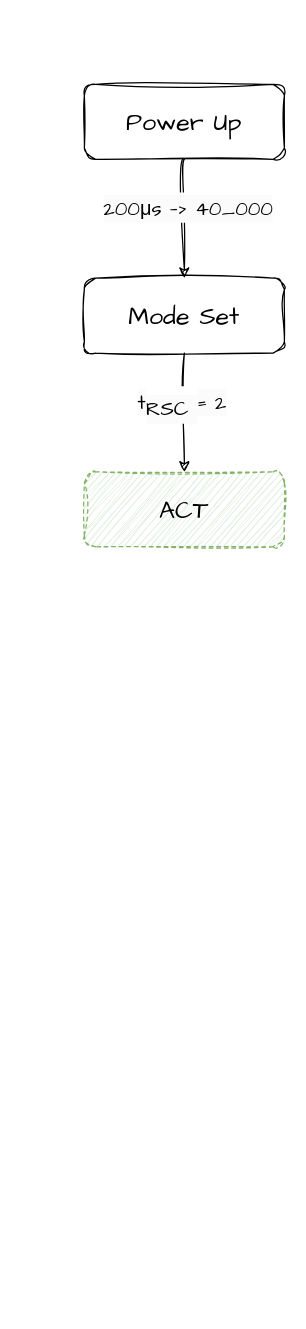
oscc-ip/sdram keeps this draw.io diagram as diagram/power_up.drawio. Above is the earlier version. Source tidied: cells renumbered, new cells numbered last; positions are measured from the earlier drawing's top-left corner, leaving out a move shared by most shapes. Both pictures are drawn from the tidied source at 125%, with x=0, y=0 at pixel (84, 84).
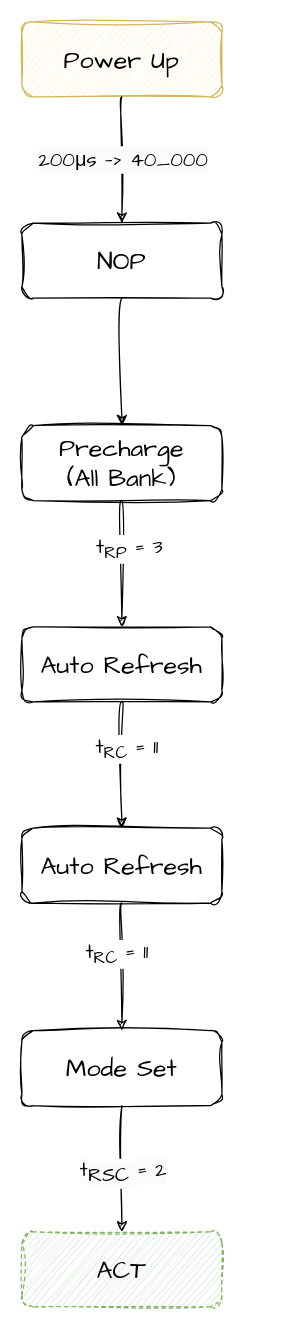
The same diagram, later.

Commit message:
[docs] modify power up diagram

The edit, as a diff of the source:
```diff
@@
-    <mxCell id="2" style="edgeStyle=orthogonalEdgeStyle;shape=connector;curved=1;rounded=1;sketch=1;hachureGap=4;jiggle=2;curveFitting=1;html=1;exitX=0.5;exitY=1;exitDx=0;exitDy=0;entryX=0.5;entryY=0;entryDx=0;entryDy=0;labelBackgroundColor=default;strokeColor=default;fontFamily=Architects Daughter;fontSize=16;fontColor=default;endArrow=classic;" parent="1" edge="1" source="4" target="7">
-      <mxGeometry relative="1" as="geometry" />
-    </mxCell>
-    <mxCell id="3" value="&lt;span style=&quot;font-size: 16px; background-color: rgb(251, 251, 251);&quot;&gt;200μs —&amp;gt; 40_000&lt;/span&gt;" style="edgeLabel;html=1;align=center;verticalAlign=middle;fontSize=20;fontFamily=Architects Daughter;" parent="2" vertex="1">
-      <mxGeometry x="-0.22" y="2" relative="1" as="geometry" />
-    </mxCell>
-    <mxCell id="4" value="Power Up" style="rounded=1;whiteSpace=wrap;html=1;sketch=1;hachureGap=4;jiggle=2;curveFitting=1;fontFamily=Architects Daughter;fontSize=20;fillColor=none;" parent="1" vertex="1">
-      <mxGeometry width="160" height="60" as="geometry" />
+    <mxCell id="4" value="Power Up" style="rounded=1;whiteSpace=wrap;html=1;sketch=1;hachureGap=4;jiggle=2;curveFitting=1;fontFamily=Architects Daughter;fontSize=20;fillColor=#fff2cc;strokeColor=#d6b656;" parent="1" vertex="1">
+      <mxGeometry x="-50" y="-50" width="160" height="60" as="geometry" />
     </mxCell>
     <mxCell id="5" style="edgeStyle=orthogonalEdgeStyle;shape=connector;curved=1;rounded=1;sketch=1;hachureGap=4;jiggle=2;curveFitting=1;html=1;exitX=0.5;exitY=1;exitDx=0;exitDy=0;entryX=0.5;entryY=0;entryDx=0;entryDy=0;labelBackgroundColor=default;strokeColor=default;fontFamily=Architects Daughter;fontSize=16;fontColor=default;startArrow=none;startFill=0;endArrow=classic;" parent="1" edge="1" source="7" target="8">
       <mxGeometry relative="1" as="geometry">
         <Array as="points">
-          <mxPoint x="80" y="260" />
-          <mxPoint x="80" y="260" />
+          <mxPoint x="30" y="860" />
+          <mxPoint x="30" y="860" />
         </Array>
       </mxGeometry>
     </mxCell>
-    <mxCell id="6" value="&lt;span style=&quot;font-size: 16px; background-color: rgb(251, 251, 251);&quot;&gt;t&lt;/span&gt;&lt;sub style=&quot;border-color: var(--border-color); background-color: rgb(251, 251, 251);&quot;&gt;RSC&amp;nbsp;&lt;/sub&gt;&lt;span style=&quot;font-size: 16px; background-color: rgb(251, 251, 251);&quot;&gt;= 2&lt;/span&gt;" style="edgeLabel;html=1;align=center;verticalAlign=middle;fontSize=20;fontFamily=Architects Daughter;" parent="5" vertex="1">
-      <mxGeometry x="-0.15" y="-3" relative="1" as="geometry" />
+    <mxCell id="6" value="&lt;span style=&quot;border-color: var(--border-color); font-size: 16px; background-color: rgb(251, 251, 251);&quot;&gt;t&lt;/span&gt;&lt;sub style=&quot;border-color: var(--border-color); background-color: rgb(251, 251, 251); font-size: 16px;&quot;&gt;RSC&amp;nbsp;&lt;/sub&gt;&lt;span style=&quot;border-color: var(--border-color); font-size: 16px; background-color: rgb(251, 251, 251);&quot;&gt;= 2&lt;/span&gt;" style="edgeLabel;html=1;align=center;verticalAlign=middle;fontSize=16;fontFamily=Architects Daughter;" parent="5" vertex="1">
+      <mxGeometry x="-0.22" y="-2" relative="1" as="geometry">
+        <mxPoint x="2" y="14" as="offset" />
+      </mxGeometry>
     </mxCell>
     <mxCell id="7" value="Mode Set" style="rounded=1;whiteSpace=wrap;html=1;sketch=1;hachureGap=4;jiggle=2;curveFitting=1;fontFamily=Architects Daughter;fontSize=20;fillColor=none;" parent="1" vertex="1">
-      <mxGeometry y="155" width="160" height="60" as="geometry" />
+      <mxGeometry x="-50" y="757" width="160" height="60" as="geometry" />
     </mxCell>
     <mxCell id="8" value="ACT" style="rounded=1;whiteSpace=wrap;html=1;sketch=1;hachureGap=4;jiggle=2;curveFitting=1;fontFamily=Architects Daughter;fontSize=20;fillColor=#d5e8d4;strokeColor=#82b366;dashed=1;" parent="1" vertex="1">
-      <mxGeometry y="310" width="160" height="60" as="geometry" />
+      <mxGeometry x="-50" y="918" width="160" height="60" as="geometry" />
     </mxCell>
+    <mxCell id="9" style="edgeStyle=orthogonalEdgeStyle;curved=1;rounded=1;sketch=1;hachureGap=4;jiggle=2;curveFitting=1;html=1;exitX=0.5;exitY=1;exitDx=0;exitDy=0;entryX=0.5;entryY=0;entryDx=0;entryDy=0;labelBackgroundColor=default;strokeColor=default;fontFamily=Architects Daughter;fontSize=16;fontColor=default;endArrow=classic;startArrow=none;startFill=0;endFill=1;" parent="1" edge="1" source="4" target="11">
+      <mxGeometry relative="1" as="geometry" />
+    </mxCell>
+    <mxCell id="3" value="&lt;span style=&quot;font-size: 16px; background-color: rgb(251, 251, 251);&quot;&gt;200μs —&amp;gt; 40_000&lt;/span&gt;" style="edgeLabel;html=1;align=center;verticalAlign=middle;fontSize=16;fontFamily=Architects Daughter;" parent="9" vertex="1">
+      <mxGeometry x="-0.24" y="1" relative="1" as="geometry">
+        <mxPoint x="-1" y="12" as="offset" />
+      </mxGeometry>
+    </mxCell>
+    <mxCell id="10" style="edgeStyle=orthogonalEdgeStyle;sketch=1;hachureGap=4;jiggle=2;curveFitting=1;html=1;exitX=0.5;exitY=1;exitDx=0;exitDy=0;entryX=0.5;entryY=0;entryDx=0;entryDy=0;fontFamily=Architects Daughter;fontSize=16;curved=1;" parent="1" edge="1" source="11" target="14">
+      <mxGeometry relative="1" as="geometry" />
+    </mxCell>
+    <mxCell id="11" value="NOP" style="rounded=1;whiteSpace=wrap;html=1;sketch=1;hachureGap=4;jiggle=2;curveFitting=1;fontFamily=Architects Daughter;fontSize=20;fillColor=none;" parent="1" vertex="1">
+      <mxGeometry x="-50" y="111" width="160" height="60" as="geometry" />
+    </mxCell>
+    <mxCell id="12" style="edgeStyle=orthogonalEdgeStyle;sketch=1;hachureGap=4;jiggle=2;curveFitting=1;html=1;exitX=0.5;exitY=1;exitDx=0;exitDy=0;entryX=0.5;entryY=0;entryDx=0;entryDy=0;fontFamily=Architects Daughter;fontSize=16;curved=1;" parent="1" edge="1" source="14" target="17">
+      <mxGeometry relative="1" as="geometry" />
+    </mxCell>
+    <mxCell id="13" value="t&lt;sub&gt;RP&lt;/sub&gt; = 3" style="edgeLabel;html=1;align=center;verticalAlign=middle;fontSize=16;fontFamily=Architects Daughter;" parent="12" vertex="1">
+      <mxGeometry x="-0.25" y="5" relative="1" as="geometry" />
+    </mxCell>
+    <mxCell id="14" value="Precharge&lt;br&gt;(All Bank)" style="rounded=1;whiteSpace=wrap;html=1;sketch=1;hachureGap=4;jiggle=2;curveFitting=1;fontFamily=Architects Daughter;fontSize=20;fillColor=none;" parent="1" vertex="1">
+      <mxGeometry x="-50" y="273" width="160" height="60" as="geometry" />
+    </mxCell>
+    <mxCell id="15" style="edgeStyle=orthogonalEdgeStyle;sketch=1;hachureGap=4;jiggle=2;curveFitting=1;html=1;exitX=0.5;exitY=1;exitDx=0;exitDy=0;entryX=0.5;entryY=0;entryDx=0;entryDy=0;fontFamily=Architects Daughter;fontSize=16;curved=1;" parent="1" edge="1" source="17" target="20">
+      <mxGeometry relative="1" as="geometry" />
+    </mxCell>
+    <mxCell id="16" value="t&lt;sub&gt;RC&lt;/sub&gt; = 11" style="edgeLabel;html=1;align=center;verticalAlign=middle;fontSize=16;fontFamily=Architects Daughter;" parent="15" vertex="1">
+      <mxGeometry x="-0.27" y="3" relative="1" as="geometry" />
+    </mxCell>
+    <mxCell id="17" value="Auto Refresh" style="rounded=1;whiteSpace=wrap;html=1;sketch=1;hachureGap=4;jiggle=2;curveFitting=1;fontFamily=Architects Daughter;fontSize=20;fillColor=none;" parent="1" vertex="1">
+      <mxGeometry x="-50" y="434" width="160" height="60" as="geometry" />
+    </mxCell>
+    <mxCell id="18" style="edgeStyle=orthogonalEdgeStyle;sketch=1;hachureGap=4;jiggle=2;curveFitting=1;html=1;exitX=0.5;exitY=1;exitDx=0;exitDy=0;entryX=0.5;entryY=0;entryDx=0;entryDy=0;fontFamily=Architects Daughter;fontSize=16;curved=1;" parent="1" edge="1" source="20" target="7">
+      <mxGeometry relative="1" as="geometry" />
+    </mxCell>
+    <mxCell id="19" value="t&lt;sub&gt;RC&lt;/sub&gt; = 11" style="edgeLabel;html=1;align=center;verticalAlign=middle;fontSize=16;fontFamily=Architects Daughter;" parent="18" vertex="1">
+      <mxGeometry x="-0.22" y="-5" relative="1" as="geometry" />
+    </mxCell>
+    <mxCell id="20" value="Auto Refresh" style="rounded=1;whiteSpace=wrap;html=1;sketch=1;hachureGap=4;jiggle=2;curveFitting=1;fontFamily=Architects Daughter;fontSize=20;fillColor=none;" parent="1" vertex="1">
+      <mxGeometry x="-50" y="595" width="160" height="60" as="geometry" />
+    </mxCell>
```
